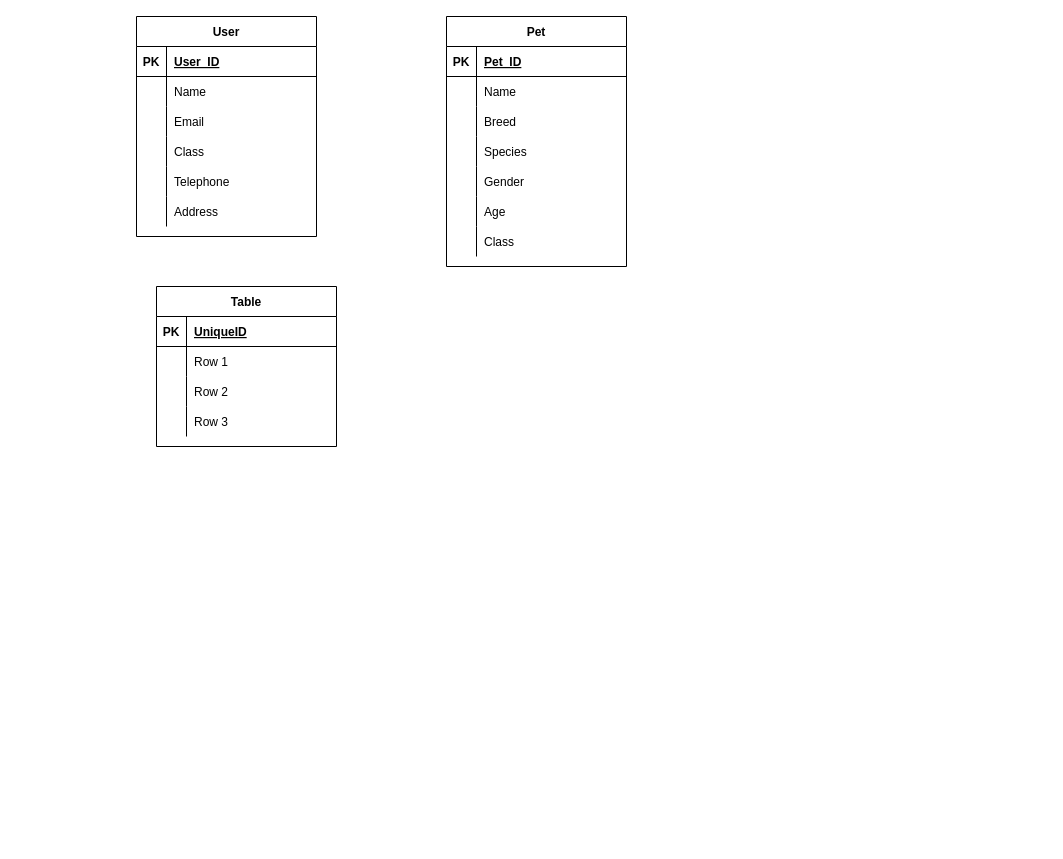
The draw.io diagram Untitled Diagram.drawio in jedifathan/BasdatProject, before the edit. Source tidied: cells renumbered, new cells numbered last; positions are measured from the earlier drawing's top-left corner, leaving out a move shared by most shapes. Both pictures are drawn from the tidied source at 100%, with x=0, y=0 at pixel (136, 6).
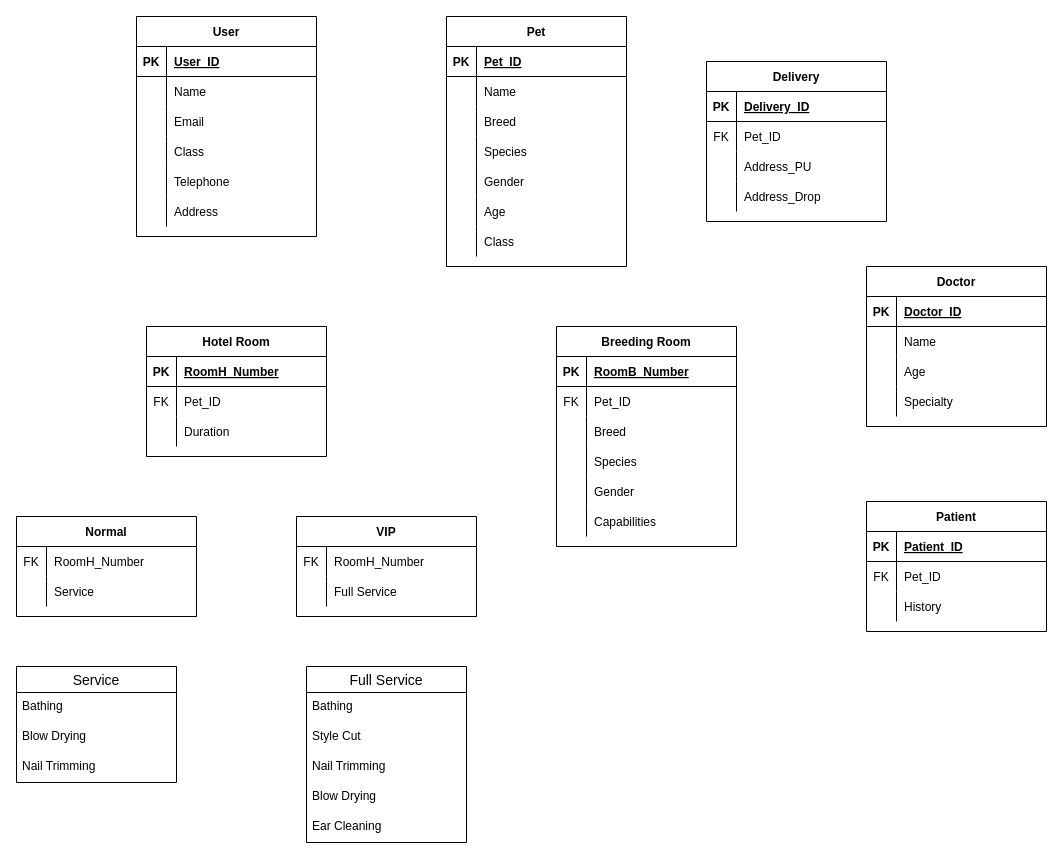
Above is the later version.

What changed in the source:
```diff
@@
-    <mxCell id="46" value="Table" style="shape=table;startSize=30;childLayout=tableLayout;rowLines=0;fontStyle=1;align=center;" parent="1" vertex="1">
-      <mxGeometry x="20" y="280" width="180" height="160" as="geometry" />
-    </mxCell>
-    <mxCell id="47" style="shape=partialRectangle;fillColor=none;top=0;left=0;bottom=1;right=0;" parent="46" vertex="1">
-      <mxGeometry y="30" width="180" height="30" as="geometry" />
-    </mxCell>
-    <mxCell id="48" value="PK" style="shape=partialRectangle;fillColor=none;top=0;left=0;bottom=0;right=0;fontStyle=1;overflow=hidden;" parent="47" vertex="1">
-      <mxGeometry width="30" height="30" as="geometry" />
-    </mxCell>
-    <mxCell id="49" value="UniqueID" style="shape=partialRectangle;fillColor=none;top=0;left=0;bottom=0;right=0;align=left;spacingLeft=6;fontStyle=5;overflow=hidden;" parent="47" vertex="1">
-      <mxGeometry x="30" width="150" height="30" as="geometry" />
-    </mxCell>
-    <mxCell id="50" style="shape=partialRectangle;fillColor=none;top=0;left=0;bottom=0;right=0;" parent="46" vertex="1">
-      <mxGeometry y="60" width="180" height="30" as="geometry" />
-    </mxCell>
-    <mxCell id="51" style="shape=partialRectangle;fillColor=none;top=0;left=0;bottom=0;right=0;overflow=hidden;" parent="50" vertex="1">
-      <mxGeometry width="30" height="30" as="geometry" />
-    </mxCell>
-    <mxCell id="52" value="Row 1" style="shape=partialRectangle;fillColor=none;top=0;left=0;bottom=0;right=0;align=left;spacingLeft=6;overflow=hidden;" parent="50" vertex="1">
-      <mxGeometry x="30" width="150" height="30" as="geometry" />
-    </mxCell>
-    <mxCell id="53" style="shape=partialRectangle;fillColor=none;top=0;left=0;bottom=0;right=0;" parent="46" vertex="1">
-      <mxGeometry y="90" width="180" height="30" as="geometry" />
-    </mxCell>
-    <mxCell id="54" style="shape=partialRectangle;fillColor=none;top=0;left=0;bottom=0;right=0;overflow=hidden;" parent="53" vertex="1">
-      <mxGeometry width="30" height="30" as="geometry" />
-    </mxCell>
-    <mxCell id="55" value="Row 2" style="shape=partialRectangle;fillColor=none;top=0;left=0;bottom=0;right=0;align=left;spacingLeft=6;overflow=hidden;" parent="53" vertex="1">
-      <mxGeometry x="30" width="150" height="30" as="geometry" />
-    </mxCell>
-    <mxCell id="56" style="shape=partialRectangle;fillColor=none;top=0;left=0;bottom=0;right=0;" parent="46" vertex="1">
-      <mxGeometry y="120" width="180" height="30" as="geometry" />
-    </mxCell>
-    <mxCell id="57" style="shape=partialRectangle;fillColor=none;top=0;left=0;bottom=0;right=0;overflow=hidden;" parent="56" vertex="1">
-      <mxGeometry width="30" height="30" as="geometry" />
-    </mxCell>
-    <mxCell id="58" value="Row 3" style="shape=partialRectangle;fillColor=none;top=0;left=0;bottom=0;right=0;align=left;spacingLeft=6;overflow=hidden;" parent="56" vertex="1">
-      <mxGeometry x="30" width="150" height="30" as="geometry" />
-    </mxCell>
+    <mxCell id="59" value="Delivery" style="shape=table;startSize=30;childLayout=tableLayout;rowLines=0;fontStyle=1;align=center;" parent="1" vertex="1">
+      <mxGeometry x="570" y="55" width="180" height="160" as="geometry" />
+    </mxCell>
+    <mxCell id="60" style="shape=partialRectangle;fillColor=none;top=0;left=0;bottom=1;right=0;" parent="59" vertex="1">
+      <mxGeometry y="30" width="180" height="30" as="geometry" />
+    </mxCell>
+    <mxCell id="61" value="PK" style="shape=partialRectangle;fillColor=none;top=0;left=0;bottom=0;right=0;fontStyle=1;overflow=hidden;" parent="60" vertex="1">
+      <mxGeometry width="30" height="30" as="geometry" />
+    </mxCell>
+    <mxCell id="62" value="Delivery_ID" style="shape=partialRectangle;fillColor=none;top=0;left=0;bottom=0;right=0;align=left;spacingLeft=6;fontStyle=5;overflow=hidden;" parent="60" vertex="1">
+      <mxGeometry x="30" width="150" height="30" as="geometry" />
+    </mxCell>
+    <mxCell id="63" style="shape=partialRectangle;fillColor=none;top=0;left=0;bottom=0;right=0;" parent="59" vertex="1">
+      <mxGeometry y="60" width="180" height="30" as="geometry" />
+    </mxCell>
+    <mxCell id="64" value="FK" style="shape=partialRectangle;fillColor=none;top=0;left=0;bottom=0;right=0;overflow=hidden;" parent="63" vertex="1">
+      <mxGeometry width="30" height="30" as="geometry" />
+    </mxCell>
+    <mxCell id="65" value="Pet_ID" style="shape=partialRectangle;fillColor=none;top=0;left=0;bottom=0;right=0;align=left;spacingLeft=6;overflow=hidden;" parent="63" vertex="1">
+      <mxGeometry x="30" width="150" height="30" as="geometry" />
+    </mxCell>
+    <mxCell id="66" style="shape=partialRectangle;fillColor=none;top=0;left=0;bottom=0;right=0;" parent="59" vertex="1">
+      <mxGeometry y="90" width="180" height="30" as="geometry" />
+    </mxCell>
+    <mxCell id="67" style="shape=partialRectangle;fillColor=none;top=0;left=0;bottom=0;right=0;overflow=hidden;" parent="66" vertex="1">
+      <mxGeometry width="30" height="30" as="geometry" />
+    </mxCell>
+    <mxCell id="68" value="Address_PU" style="shape=partialRectangle;fillColor=none;top=0;left=0;bottom=0;right=0;align=left;spacingLeft=6;overflow=hidden;" parent="66" vertex="1">
+      <mxGeometry x="30" width="150" height="30" as="geometry" />
+    </mxCell>
+    <mxCell id="69" style="shape=partialRectangle;fillColor=none;top=0;left=0;bottom=0;right=0;" parent="59" vertex="1">
+      <mxGeometry y="120" width="180" height="30" as="geometry" />
+    </mxCell>
+    <mxCell id="70" style="shape=partialRectangle;fillColor=none;top=0;left=0;bottom=0;right=0;overflow=hidden;" parent="69" vertex="1">
+      <mxGeometry width="30" height="30" as="geometry" />
+    </mxCell>
+    <mxCell id="71" value="Address_Drop" style="shape=partialRectangle;fillColor=none;top=0;left=0;bottom=0;right=0;align=left;spacingLeft=6;overflow=hidden;" parent="69" vertex="1">
+      <mxGeometry x="30" width="150" height="30" as="geometry" />
+    </mxCell>
+    <mxCell id="72" value="Hotel Room" style="shape=table;startSize=30;childLayout=tableLayout;rowLines=0;fontStyle=1;align=center;" parent="1" vertex="1">
+      <mxGeometry x="10" y="320" width="180" height="130" as="geometry" />
+    </mxCell>
+    <mxCell id="73" style="shape=partialRectangle;fillColor=none;top=0;left=0;bottom=1;right=0;" parent="72" vertex="1">
+      <mxGeometry y="30" width="180" height="30" as="geometry" />
+    </mxCell>
+    <mxCell id="74" value="PK" style="shape=partialRectangle;fillColor=none;top=0;left=0;bottom=0;right=0;fontStyle=1;overflow=hidden;" parent="73" vertex="1">
+      <mxGeometry width="30" height="30" as="geometry" />
+    </mxCell>
+    <mxCell id="75" value="RoomH_Number" style="shape=partialRectangle;fillColor=none;top=0;left=0;bottom=0;right=0;align=left;spacingLeft=6;fontStyle=5;overflow=hidden;" parent="73" vertex="1">
+      <mxGeometry x="30" width="150" height="30" as="geometry" />
+    </mxCell>
+    <mxCell id="76" style="shape=partialRectangle;fillColor=none;top=0;left=0;bottom=0;right=0;" parent="72" vertex="1">
+      <mxGeometry y="60" width="180" height="30" as="geometry" />
+    </mxCell>
+    <mxCell id="77" value="FK" style="shape=partialRectangle;fillColor=none;top=0;left=0;bottom=0;right=0;overflow=hidden;" parent="76" vertex="1">
+      <mxGeometry width="30" height="30" as="geometry" />
+    </mxCell>
+    <mxCell id="78" value="Pet_ID" style="shape=partialRectangle;fillColor=none;top=0;left=0;bottom=0;right=0;align=left;spacingLeft=6;overflow=hidden;" parent="76" vertex="1">
+      <mxGeometry x="30" width="150" height="30" as="geometry" />
+    </mxCell>
+    <mxCell id="79" style="shape=partialRectangle;fillColor=none;top=0;left=0;bottom=0;right=0;" parent="72" vertex="1">
+      <mxGeometry y="90" width="180" height="30" as="geometry" />
+    </mxCell>
+    <mxCell id="80" style="shape=partialRectangle;fillColor=none;top=0;left=0;bottom=0;right=0;overflow=hidden;" parent="79" vertex="1">
+      <mxGeometry width="30" height="30" as="geometry" />
+    </mxCell>
+    <mxCell id="81" value="Duration" style="shape=partialRectangle;fillColor=none;top=0;left=0;bottom=0;right=0;align=left;spacingLeft=6;overflow=hidden;" parent="79" vertex="1">
+      <mxGeometry x="30" width="150" height="30" as="geometry" />
+    </mxCell>
+    <mxCell id="82" value="Breeding Room" style="shape=table;startSize=30;childLayout=tableLayout;rowLines=0;fontStyle=1;align=center;" parent="1" vertex="1">
+      <mxGeometry x="420" y="320" width="180" height="220" as="geometry" />
+    </mxCell>
+    <mxCell id="83" style="shape=partialRectangle;fillColor=none;top=0;left=0;bottom=1;right=0;" parent="82" vertex="1">
+      <mxGeometry y="30" width="180" height="30" as="geometry" />
+    </mxCell>
+    <mxCell id="84" value="PK" style="shape=partialRectangle;fillColor=none;top=0;left=0;bottom=0;right=0;fontStyle=1;overflow=hidden;" parent="83" vertex="1">
+      <mxGeometry width="30" height="30" as="geometry" />
+    </mxCell>
+    <mxCell id="85" value="RoomB_Number" style="shape=partialRectangle;fillColor=none;top=0;left=0;bottom=0;right=0;align=left;spacingLeft=6;fontStyle=5;overflow=hidden;" parent="83" vertex="1">
+      <mxGeometry x="30" width="150" height="30" as="geometry" />
+    </mxCell>
+    <mxCell id="86" style="shape=partialRectangle;fillColor=none;top=0;left=0;bottom=0;right=0;" parent="82" vertex="1">
+      <mxGeometry y="60" width="180" height="30" as="geometry" />
+    </mxCell>
+    <mxCell id="87" value="FK" style="shape=partialRectangle;fillColor=none;top=0;left=0;bottom=0;right=0;overflow=hidden;" parent="86" vertex="1">
+      <mxGeometry width="30" height="30" as="geometry" />
+    </mxCell>
+    <mxCell id="88" value="Pet_ID" style="shape=partialRectangle;fillColor=none;top=0;left=0;bottom=0;right=0;align=left;spacingLeft=6;overflow=hidden;" parent="86" vertex="1">
+      <mxGeometry x="30" width="150" height="30" as="geometry" />
+    </mxCell>
+    <mxCell id="89" style="shape=partialRectangle;fillColor=none;top=0;left=0;bottom=0;right=0;" parent="82" vertex="1">
+      <mxGeometry y="90" width="180" height="30" as="geometry" />
+    </mxCell>
+    <mxCell id="90" style="shape=partialRectangle;fillColor=none;top=0;left=0;bottom=0;right=0;overflow=hidden;" parent="89" vertex="1">
+      <mxGeometry width="30" height="30" as="geometry" />
+    </mxCell>
+    <mxCell id="91" value="Breed" style="shape=partialRectangle;fillColor=none;top=0;left=0;bottom=0;right=0;align=left;spacingLeft=6;overflow=hidden;" parent="89" vertex="1">
+      <mxGeometry x="30" width="150" height="30" as="geometry" />
+    </mxCell>
+    <mxCell id="92" style="shape=partialRectangle;fillColor=none;top=0;left=0;bottom=0;right=0;" parent="82" vertex="1">
+      <mxGeometry y="120" width="180" height="30" as="geometry" />
+    </mxCell>
+    <mxCell id="93" style="shape=partialRectangle;fillColor=none;top=0;left=0;bottom=0;right=0;overflow=hidden;" parent="92" vertex="1">
+      <mxGeometry width="30" height="30" as="geometry" />
+    </mxCell>
+    <mxCell id="94" value="Species" style="shape=partialRectangle;fillColor=none;top=0;left=0;bottom=0;right=0;align=left;spacingLeft=6;overflow=hidden;" parent="92" vertex="1">
+      <mxGeometry x="30" width="150" height="30" as="geometry" />
+    </mxCell>
+    <mxCell id="95" style="shape=partialRectangle;fillColor=none;top=0;left=0;bottom=0;right=0;" parent="82" vertex="1">
+      <mxGeometry y="150" width="180" height="30" as="geometry" />
+    </mxCell>
+    <mxCell id="96" style="shape=partialRectangle;fillColor=none;top=0;left=0;bottom=0;right=0;overflow=hidden;" parent="95" vertex="1">
+      <mxGeometry width="30" height="30" as="geometry" />
+    </mxCell>
+    <mxCell id="97" value="Gender" style="shape=partialRectangle;fillColor=none;top=0;left=0;bottom=0;right=0;align=left;spacingLeft=6;overflow=hidden;" parent="95" vertex="1">
+      <mxGeometry x="30" width="150" height="30" as="geometry" />
+    </mxCell>
+    <mxCell id="98" style="shape=partialRectangle;fillColor=none;top=0;left=0;bottom=0;right=0;" parent="82" vertex="1">
+      <mxGeometry y="180" width="180" height="30" as="geometry" />
+    </mxCell>
+    <mxCell id="99" style="shape=partialRectangle;fillColor=none;top=0;left=0;bottom=0;right=0;overflow=hidden;" parent="98" vertex="1">
+      <mxGeometry width="30" height="30" as="geometry" />
+    </mxCell>
+    <mxCell id="100" value="Capabilities" style="shape=partialRectangle;fillColor=none;top=0;left=0;bottom=0;right=0;align=left;spacingLeft=6;overflow=hidden;" parent="98" vertex="1">
+      <mxGeometry x="30" width="150" height="30" as="geometry" />
+    </mxCell>
+    <mxCell id="101" value="Normal" style="shape=table;startSize=30;childLayout=tableLayout;rowLines=0;fontStyle=1;align=center;" parent="1" vertex="1">
+      <mxGeometry x="-120" y="510" width="180" height="100" as="geometry" />
+    </mxCell>
+    <mxCell id="102" style="shape=partialRectangle;fillColor=none;top=0;left=0;bottom=0;right=0;" parent="101" vertex="1">
+      <mxGeometry y="30" width="180" height="30" as="geometry" />
+    </mxCell>
+    <mxCell id="103" value="FK" style="shape=partialRectangle;fillColor=none;top=0;left=0;bottom=0;right=0;overflow=hidden;" parent="102" vertex="1">
+      <mxGeometry width="30" height="30" as="geometry" />
+    </mxCell>
+    <mxCell id="104" value="RoomH_Number" style="shape=partialRectangle;fillColor=none;top=0;left=0;bottom=0;right=0;align=left;spacingLeft=6;overflow=hidden;" parent="102" vertex="1">
+      <mxGeometry x="30" width="150" height="30" as="geometry" />
+    </mxCell>
+    <mxCell id="105" style="shape=partialRectangle;fillColor=none;top=0;left=0;bottom=0;right=0;" parent="101" vertex="1">
+      <mxGeometry y="60" width="180" height="30" as="geometry" />
+    </mxCell>
+    <mxCell id="106" style="shape=partialRectangle;fillColor=none;top=0;left=0;bottom=0;right=0;overflow=hidden;" parent="105" vertex="1">
+      <mxGeometry width="30" height="30" as="geometry" />
+    </mxCell>
+    <mxCell id="107" value="Service" style="shape=partialRectangle;fillColor=none;top=0;left=0;bottom=0;right=0;align=left;spacingLeft=6;overflow=hidden;" parent="105" vertex="1">
+      <mxGeometry x="30" width="150" height="30" as="geometry" />
+    </mxCell>
+    <mxCell id="108" value="Patient" style="shape=table;startSize=30;childLayout=tableLayout;rowLines=0;fontStyle=1;align=center;" parent="1" vertex="1">
+      <mxGeometry x="730" y="495" width="180" height="130" as="geometry" />
+    </mxCell>
+    <mxCell id="109" style="shape=partialRectangle;fillColor=none;top=0;left=0;bottom=1;right=0;" parent="108" vertex="1">
+      <mxGeometry y="30" width="180" height="30" as="geometry" />
+    </mxCell>
+    <mxCell id="110" value="PK" style="shape=partialRectangle;fillColor=none;top=0;left=0;bottom=0;right=0;fontStyle=1;overflow=hidden;" parent="109" vertex="1">
+      <mxGeometry width="30" height="30" as="geometry" />
+    </mxCell>
+    <mxCell id="111" value="Patient_ID" style="shape=partialRectangle;fillColor=none;top=0;left=0;bottom=0;right=0;align=left;spacingLeft=6;fontStyle=5;overflow=hidden;" parent="109" vertex="1">
+      <mxGeometry x="30" width="150" height="30" as="geometry" />
+    </mxCell>
+    <mxCell id="112" style="shape=partialRectangle;fillColor=none;top=0;left=0;bottom=0;right=0;" parent="108" vertex="1">
+      <mxGeometry y="60" width="180" height="30" as="geometry" />
+    </mxCell>
+    <mxCell id="113" value="FK" style="shape=partialRectangle;fillColor=none;top=0;left=0;bottom=0;right=0;overflow=hidden;" parent="112" vertex="1">
+      <mxGeometry width="30" height="30" as="geometry" />
+    </mxCell>
+    <mxCell id="114" value="Pet_ID" style="shape=partialRectangle;fillColor=none;top=0;left=0;bottom=0;right=0;align=left;spacingLeft=6;overflow=hidden;" parent="112" vertex="1">
+      <mxGeometry x="30" width="150" height="30" as="geometry" />
+    </mxCell>
+    <mxCell id="115" style="shape=partialRectangle;fillColor=none;top=0;left=0;bottom=0;right=0;" parent="108" vertex="1">
+      <mxGeometry y="90" width="180" height="30" as="geometry" />
+    </mxCell>
+    <mxCell id="116" style="shape=partialRectangle;fillColor=none;top=0;left=0;bottom=0;right=0;overflow=hidden;" parent="115" vertex="1">
+      <mxGeometry width="30" height="30" as="geometry" />
+    </mxCell>
+    <mxCell id="117" value="History" style="shape=partialRectangle;fillColor=none;top=0;left=0;bottom=0;right=0;align=left;spacingLeft=6;overflow=hidden;" parent="115" vertex="1">
+      <mxGeometry x="30" width="150" height="30" as="geometry" />
+    </mxCell>
+    <mxCell id="118" value="Doctor" style="shape=table;startSize=30;childLayout=tableLayout;rowLines=0;fontStyle=1;align=center;" parent="1" vertex="1">
+      <mxGeometry x="730" y="260" width="180" height="160" as="geometry" />
+    </mxCell>
+    <mxCell id="119" style="shape=partialRectangle;fillColor=none;top=0;left=0;bottom=1;right=0;" parent="118" vertex="1">
+      <mxGeometry y="30" width="180" height="30" as="geometry" />
+    </mxCell>
+    <mxCell id="120" value="PK" style="shape=partialRectangle;fillColor=none;top=0;left=0;bottom=0;right=0;fontStyle=1;overflow=hidden;" parent="119" vertex="1">
+      <mxGeometry width="30" height="30" as="geometry" />
+    </mxCell>
+    <mxCell id="121" value="Doctor_ID" style="shape=partialRectangle;fillColor=none;top=0;left=0;bottom=0;right=0;align=left;spacingLeft=6;fontStyle=5;overflow=hidden;" parent="119" vertex="1">
+      <mxGeometry x="30" width="150" height="30" as="geometry" />
+    </mxCell>
+    <mxCell id="122" style="shape=partialRectangle;fillColor=none;top=0;left=0;bottom=0;right=0;" parent="118" vertex="1">
+      <mxGeometry y="60" width="180" height="30" as="geometry" />
+    </mxCell>
+    <mxCell id="123" style="shape=partialRectangle;fillColor=none;top=0;left=0;bottom=0;right=0;overflow=hidden;" parent="122" vertex="1">
+      <mxGeometry width="30" height="30" as="geometry" />
+    </mxCell>
+    <mxCell id="124" value="Name" style="shape=partialRectangle;fillColor=none;top=0;left=0;bottom=0;right=0;align=left;spacingLeft=6;overflow=hidden;" parent="122" vertex="1">
+      <mxGeometry x="30" width="150" height="30" as="geometry" />
+    </mxCell>
+    <mxCell id="125" style="shape=partialRectangle;fillColor=none;top=0;left=0;bottom=0;right=0;" parent="118" vertex="1">
+      <mxGeometry y="90" width="180" height="30" as="geometry" />
+    </mxCell>
+    <mxCell id="126" style="shape=partialRectangle;fillColor=none;top=0;left=0;bottom=0;right=0;overflow=hidden;" parent="125" vertex="1">
+      <mxGeometry width="30" height="30" as="geometry" />
+    </mxCell>
+    <mxCell id="127" value="Age" style="shape=partialRectangle;fillColor=none;top=0;left=0;bottom=0;right=0;align=left;spacingLeft=6;overflow=hidden;" parent="125" vertex="1">
+      <mxGeometry x="30" width="150" height="30" as="geometry" />
+    </mxCell>
+    <mxCell id="128" style="shape=partialRectangle;fillColor=none;top=0;left=0;bottom=0;right=0;" parent="118" vertex="1">
+      <mxGeometry y="120" width="180" height="30" as="geometry" />
+    </mxCell>
+    <mxCell id="129" style="shape=partialRectangle;fillColor=none;top=0;left=0;bottom=0;right=0;overflow=hidden;" parent="128" vertex="1">
+      <mxGeometry width="30" height="30" as="geometry" />
+    </mxCell>
+    <mxCell id="130" value="Specialty" style="shape=partialRectangle;fillColor=none;top=0;left=0;bottom=0;right=0;align=left;spacingLeft=6;overflow=hidden;" parent="128" vertex="1">
+      <mxGeometry x="30" width="150" height="30" as="geometry" />
+    </mxCell>
+    <mxCell id="131" value="VIP" style="shape=table;startSize=30;childLayout=tableLayout;rowLines=0;fontStyle=1;align=center;" parent="1" vertex="1">
+      <mxGeometry x="160" y="510" width="180" height="100" as="geometry" />
+    </mxCell>
+    <mxCell id="132" style="shape=partialRectangle;fillColor=none;top=0;left=0;bottom=0;right=0;" parent="131" vertex="1">
+      <mxGeometry y="30" width="180" height="30" as="geometry" />
+    </mxCell>
+    <mxCell id="133" value="FK" style="shape=partialRectangle;fillColor=none;top=0;left=0;bottom=0;right=0;overflow=hidden;" parent="132" vertex="1">
+      <mxGeometry width="30" height="30" as="geometry" />
+    </mxCell>
+    <mxCell id="134" value="RoomH_Number" style="shape=partialRectangle;fillColor=none;top=0;left=0;bottom=0;right=0;align=left;spacingLeft=6;overflow=hidden;" parent="132" vertex="1">
+      <mxGeometry x="30" width="150" height="30" as="geometry" />
+    </mxCell>
+    <mxCell id="135" style="shape=partialRectangle;fillColor=none;top=0;left=0;bottom=0;right=0;" parent="131" vertex="1">
+      <mxGeometry y="60" width="180" height="30" as="geometry" />
+    </mxCell>
+    <mxCell id="136" style="shape=partialRectangle;fillColor=none;top=0;left=0;bottom=0;right=0;overflow=hidden;" parent="135" vertex="1">
+      <mxGeometry width="30" height="30" as="geometry" />
+    </mxCell>
+    <mxCell id="137" value="Full Service" style="shape=partialRectangle;fillColor=none;top=0;left=0;bottom=0;right=0;align=left;spacingLeft=6;overflow=hidden;" parent="135" vertex="1">
+      <mxGeometry x="30" width="150" height="30" as="geometry" />
+    </mxCell>
+    <mxCell id="138" value="Full Service" style="swimlane;fontStyle=0;horizontal=1;startSize=26;align=center;fontSize=14;" parent="1" vertex="1">
+      <mxGeometry x="170" y="660" width="160" height="176" as="geometry" />
+    </mxCell>
+    <mxCell id="139" value="Bathing" style="text;strokeColor=none;fillColor=none;spacingLeft=4;spacingRight=4;overflow=hidden;fontSize=12;" parent="138" vertex="1">
+      <mxGeometry y="26" width="160" height="30" as="geometry" />
+    </mxCell>
+    <mxCell id="140" value="Style Cut" style="text;strokeColor=none;fillColor=none;spacingLeft=4;spacingRight=4;overflow=hidden;fontSize=12;" parent="138" vertex="1">
+      <mxGeometry y="56" width="160" height="30" as="geometry" />
+    </mxCell>
+    <mxCell id="141" value="Nail Trimming" style="text;strokeColor=none;fillColor=none;spacingLeft=4;spacingRight=4;overflow=hidden;fontSize=12;" parent="138" vertex="1">
+      <mxGeometry y="86" width="160" height="30" as="geometry" />
+    </mxCell>
+    <mxCell id="142" value="Blow Drying" style="text;strokeColor=none;fillColor=none;spacingLeft=4;spacingRight=4;overflow=hidden;fontSize=12;" parent="138" vertex="1">
+      <mxGeometry y="116" width="160" height="30" as="geometry" />
+    </mxCell>
+    <mxCell id="143" value="Ear Cleaning" style="text;strokeColor=none;fillColor=none;spacingLeft=4;spacingRight=4;overflow=hidden;fontSize=12;" parent="138" vertex="1">
+      <mxGeometry y="146" width="160" height="30" as="geometry" />
+    </mxCell>
+    <mxCell id="144" value="Service" style="swimlane;fontStyle=0;horizontal=1;startSize=26;align=center;fontSize=14;" parent="1" vertex="1">
+      <mxGeometry x="-120" y="660" width="160" height="116" as="geometry" />
+    </mxCell>
+    <mxCell id="145" value="Bathing" style="text;strokeColor=none;fillColor=none;spacingLeft=4;spacingRight=4;overflow=hidden;fontSize=12;" parent="144" vertex="1">
+      <mxGeometry y="26" width="160" height="30" as="geometry" />
+    </mxCell>
+    <mxCell id="146" value="Blow Drying" style="text;strokeColor=none;fillColor=none;spacingLeft=4;spacingRight=4;overflow=hidden;fontSize=12;" parent="144" vertex="1">
+      <mxGeometry y="56" width="160" height="30" as="geometry" />
+    </mxCell>
+    <mxCell id="147" value="Nail Trimming" style="text;strokeColor=none;fillColor=none;spacingLeft=4;spacingRight=4;overflow=hidden;fontSize=12;" parent="144" vertex="1">
+      <mxGeometry y="86" width="160" height="30" as="geometry" />
+    </mxCell>
```
